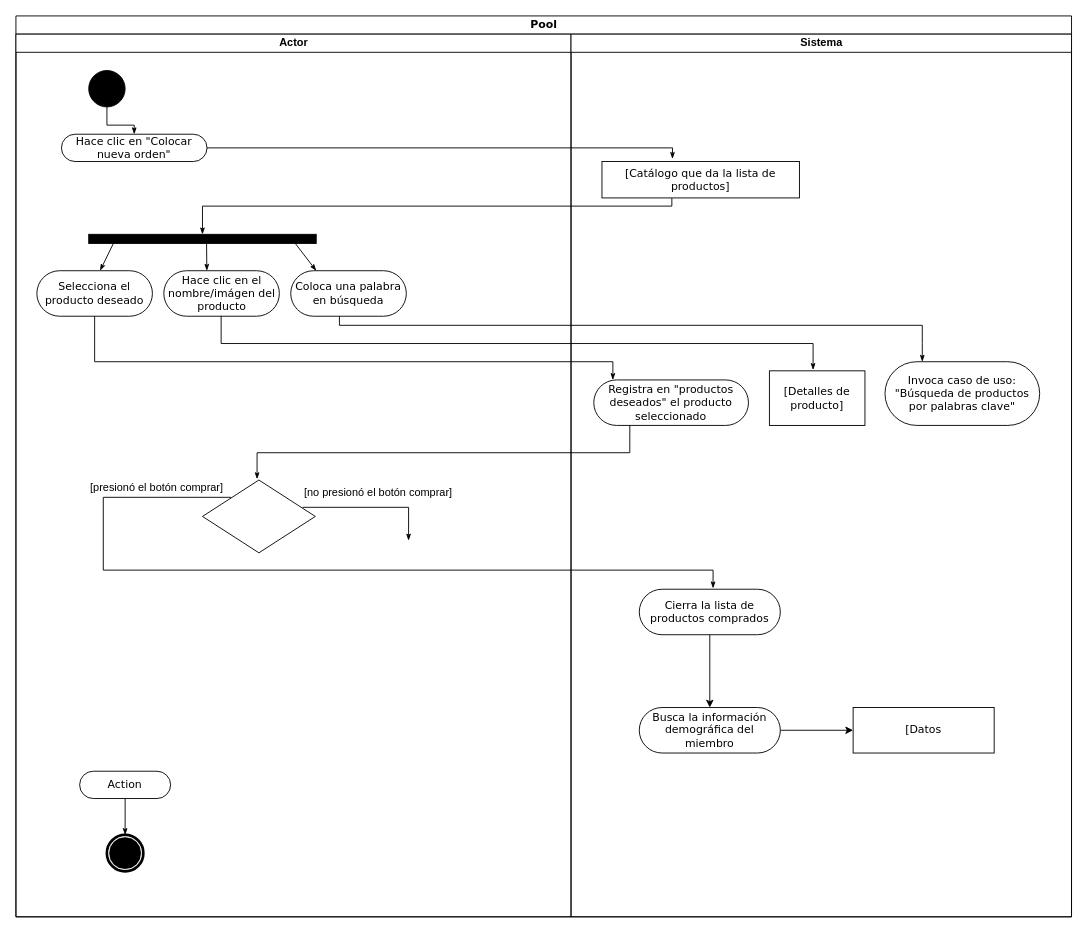
Earlier version of the draw.io diagram Taller diagrama de actividades.drawio (NeutronBlast/IS-Ex). Source tidied: cells renumbered, new cells numbered last; positions are measured from the earlier drawing's top-left corner, leaving out a move shared by most shapes. Both pictures are drawn from the tidied source at 91%, with x=0, y=0 at pixel (15, 15).
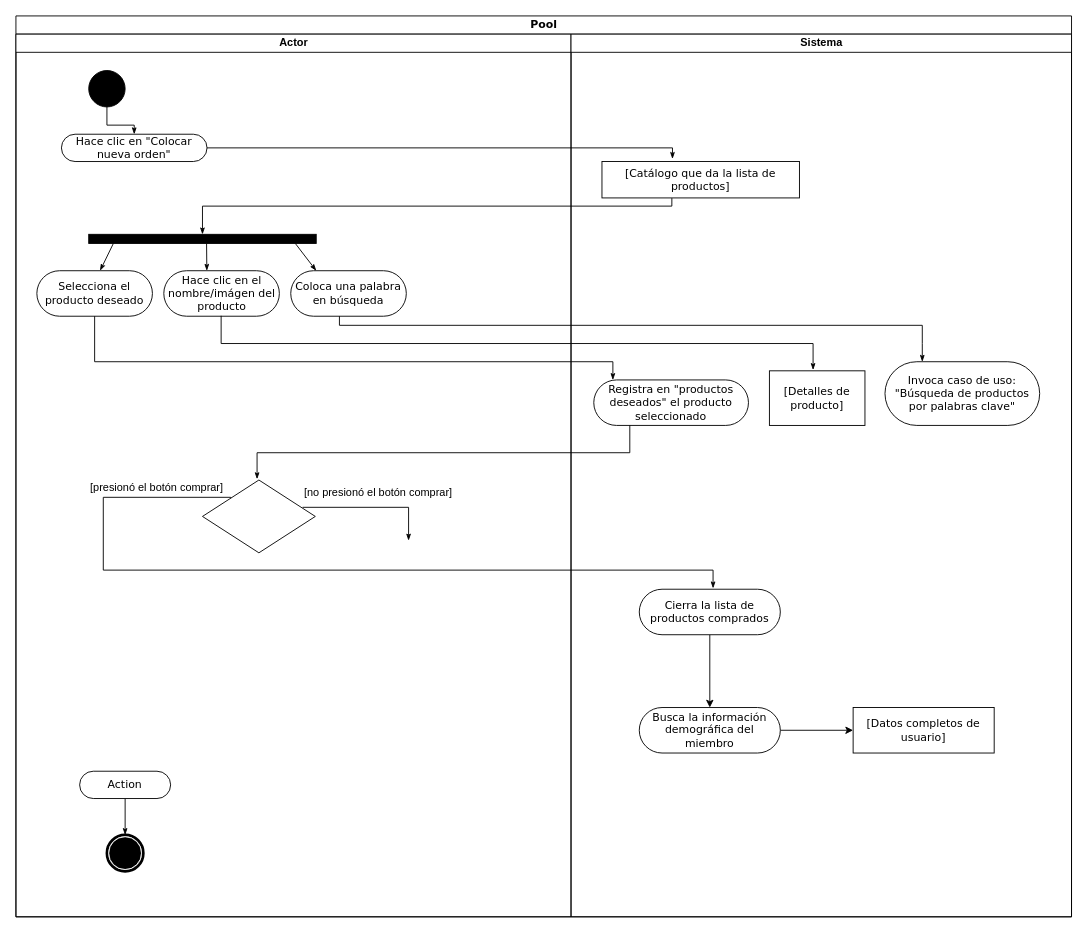
After the change.

The change refers to these unchanged cells:
```xml
<mxCell id="25" value="Sistema&lt;br&gt;" style="swimlane;html=1;startSize=20;" parent="2" vertex="1">
  <mxGeometry x="610" y="20" width="550" height="970" as="geometry" />
</mxCell>
```

Diff of the diagram source:
```diff
@@
-    <mxCell id="35" value="[Datos" style="rounded=0;whiteSpace=wrap;html=1;shadow=0;comic=0;labelBackgroundColor=none;strokeColor=#000000;strokeWidth=1;fillColor=#ffffff;fontFamily=Verdana;fontSize=12;fontColor=#000000;align=center;arcSize=50;" parent="25" vertex="1">
+    <mxCell id="35" value="[Datos completos de usuario]" style="rounded=0;whiteSpace=wrap;html=1;shadow=0;comic=0;labelBackgroundColor=none;strokeColor=#000000;strokeWidth=1;fillColor=#ffffff;fontFamily=Verdana;fontSize=12;fontColor=#000000;align=center;arcSize=50;" parent="25" vertex="1">
       <mxGeometry x="310" y="740" width="155" height="50" as="geometry" />
     </mxCell>
```
